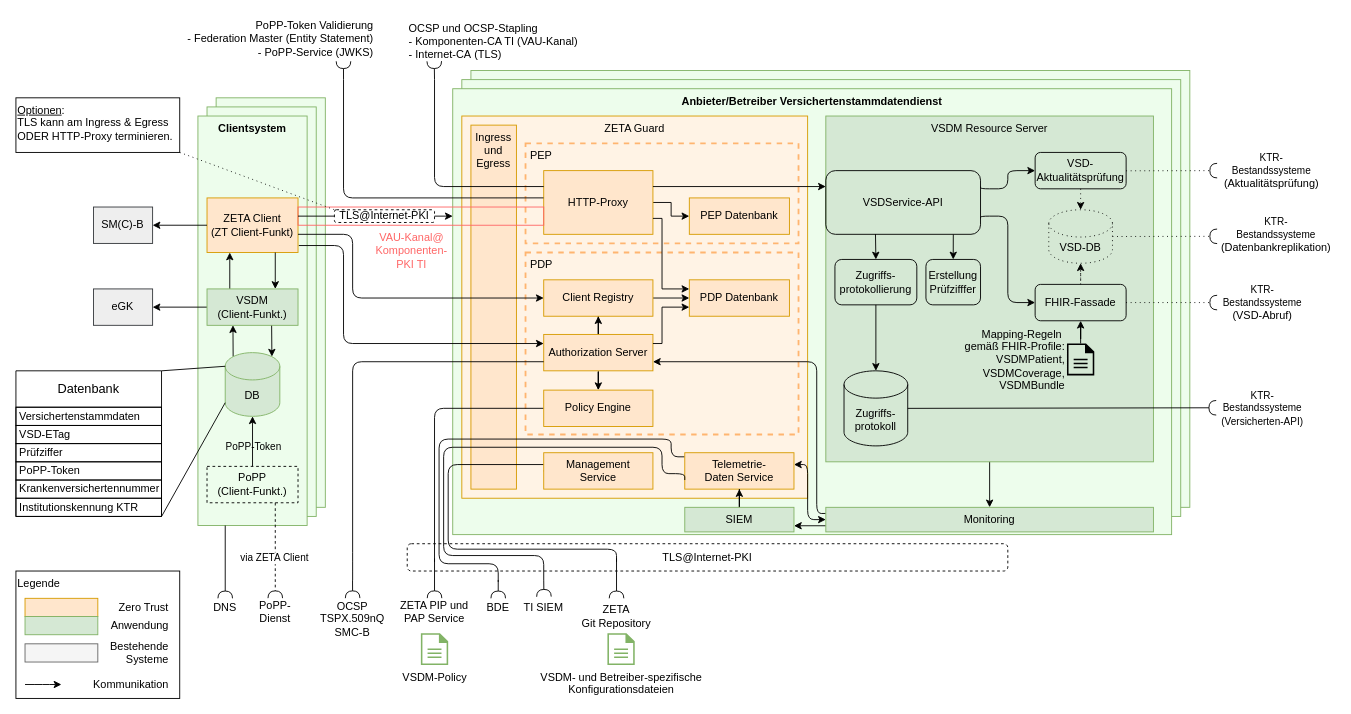
Earlier version of the draw.io diagram src/drawio/Systemueberblick_VSDM2.drawio (gematik/spec-VSDM2). Source tidied: cells renumbered, new cells numbered last; positions are measured from the earlier drawing's top-left corner, leaving out a move shared by most shapes. Both pictures are drawn from the tidied source at 91%, with x=0, y=0 at pixel (15, 15).
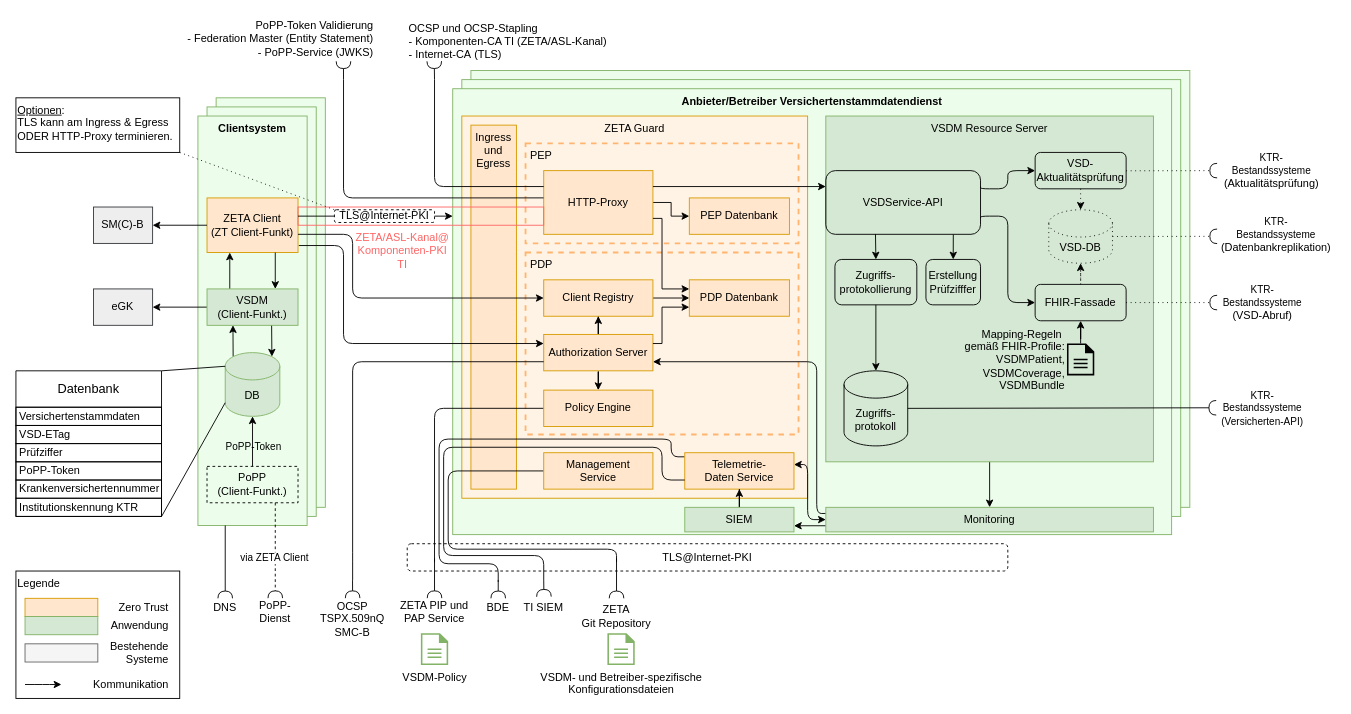
The same diagram, later.

Commit message:
renaming VAU-Kanal to ZETA/ASL-Kanal

The change refers to these unchanged cells:
```xml
<mxCell id="22" value="Telemetrie-Daten&amp;nbsp;&lt;span style=&quot;background-color: initial;&quot;&gt;Service&lt;/span&gt;" style="rounded=0;whiteSpace=wrap;html=1;fillColor=#ffe6cc;strokeColor=#d79b00;" parent="1" vertex="1">
  <mxGeometry x="735" y="480" width="120" height="40" as="geometry" />
</mxCell>
<mxCell id="24" value="Management&lt;div&gt;Service&lt;/div&gt;" style="rounded=0;whiteSpace=wrap;html=1;fillColor=#ffe6cc;strokeColor=#d79b00;" parent="1" vertex="1">
  <mxGeometry x="580" y="480" width="120" height="40" as="geometry" />
</mxCell>
```

Change to the diagram source:
```diff
@@
     <mxCell id="23" style="edgeStyle=orthogonalEdgeStyle;rounded=1;jettySize=auto;html=1;curved=0;exitX=0;exitY=0.5;exitDx=0;exitDy=0;endArrow=none;endFill=0;" parent="1" edge="1" source="24">
       <mxGeometry relative="1" as="geometry">
         <mxPoint x="660" y="600" as="targetPoint" />
         <Array as="points">
-          <mxPoint x="590" y="493" />
-          <mxPoint x="475" y="493" />
+          <mxPoint x="475" y="500" />
           <mxPoint x="475" y="586" />
           <mxPoint x="660" y="586" />
         </Array>
       </mxGeometry>
     </mxCell>
@@
-    <mxCell id="59" value="&lt;span style=&quot;text-align: right;&quot;&gt;&lt;font color=&quot;#ff6666&quot;&gt;VAU-Kanal@&lt;/font&gt;&lt;/span&gt;&lt;div&gt;&lt;span style=&quot;text-align: right;&quot;&gt;&lt;font color=&quot;#ff6666&quot;&gt;Komponenten-PKI TI&lt;/font&gt;&lt;/span&gt;&lt;/div&gt;" style="text;html=1;align=center;verticalAlign=middle;whiteSpace=wrap;rounded=0;" parent="1" vertex="1">
-      <mxGeometry x="390" y="230" width="90" height="56" as="geometry" />
+    <mxCell id="59" value="&lt;span style=&quot;text-align: right;&quot;&gt;&lt;font color=&quot;#ff6666&quot;&gt;ZETA/ASL-Kanal@&lt;/font&gt;&lt;/span&gt;&lt;div&gt;&lt;span style=&quot;text-align: right;&quot;&gt;&lt;font color=&quot;#ff6666&quot;&gt;Komponenten-PKI TI&lt;/font&gt;&lt;/span&gt;&lt;/div&gt;" style="text;html=1;align=center;verticalAlign=middle;whiteSpace=wrap;rounded=0;" parent="1" vertex="1">
+      <mxGeometry x="370" y="230" width="110" height="56" as="geometry" />
     </mxCell>
@@
-    <mxCell id="96" value="OCSP und OCSP-Stapling&lt;br&gt;- Komponenten-CA TI&amp;nbsp;&lt;span style=&quot;background-color: initial;&quot;&gt;(VAU-Kanal)&lt;/span&gt;&lt;div&gt;&lt;span style=&quot;background-color: initial;&quot;&gt;-&amp;nbsp;&lt;/span&gt;&lt;span style=&quot;background-color: initial;&quot;&gt;Internet-CA&amp;nbsp;&lt;/span&gt;&lt;span style=&quot;background-color: initial;&quot;&gt;(TLS)&lt;/span&gt;&lt;/div&gt;" style="text;html=1;align=left;verticalAlign=middle;whiteSpace=wrap;rounded=0;" parent="1" vertex="1">
-      <mxGeometry x="430" y="5" width="190" height="45" as="geometry" />
+    <mxCell id="96" value="OCSP und OCSP-Stapling&lt;br&gt;- Komponenten-CA TI&amp;nbsp;&lt;span style=&quot;background-color: initial;&quot;&gt;(ZETA/ASL-Kanal)&lt;/span&gt;&lt;div&gt;&lt;span style=&quot;background-color: initial;&quot;&gt;-&amp;nbsp;&lt;/span&gt;&lt;span style=&quot;background-color: initial;&quot;&gt;Internet-CA&amp;nbsp;&lt;/span&gt;&lt;span style=&quot;background-color: initial;&quot;&gt;(TLS)&lt;/span&gt;&lt;/div&gt;" style="text;html=1;align=left;verticalAlign=middle;whiteSpace=wrap;rounded=0;" parent="1" vertex="1">
+      <mxGeometry x="430" y="5" width="230" height="45" as="geometry" />
     </mxCell>
@@
     <mxCell id="129" style="edgeStyle=orthogonalEdgeStyle;rounded=1;jettySize=auto;html=1;curved=0;endArrow=none;endFill=0;exitX=0;exitY=0.75;exitDx=0;exitDy=0;" parent="1" edge="1" source="22">
       <mxGeometry relative="1" as="geometry">
         <mxPoint x="580" y="620" as="targetPoint" />
         <Array as="points">
-          <mxPoint x="735" y="503" />
-          <mxPoint x="710" y="503" />
+          <mxPoint x="710" y="510" />
           <mxPoint x="710" y="474" />
           <mxPoint x="470" y="474" />
           <mxPoint x="470" y="593" />
           <mxPoint x="580" y="593" />
         </Array>
       </mxGeometry>
     </mxCell>
```
